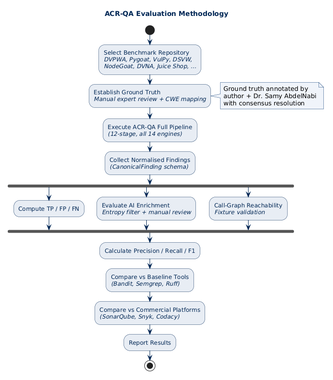
Before: ACR-QA-Book/figures/eval_methodology.png, a diagram exported from PlantUML (starredjaco/ACR-QA). The source it was exported from:
```plantuml
@startuml
skinparam backgroundColor white
skinparam defaultFontName "Arial"
skinparam ArrowColor #002654
skinparam ActivityBorderColor #002654
skinparam ActivityBackgroundColor #E8EDF4
skinparam ActivityFontColor #002654
skinparam ActivityFontSize 12
skinparam ActivityDiamondBackgroundColor #C9A84C
skinparam ActivityDiamondBorderColor #002654
skinparam ActivityDiamondFontColor #002654
skinparam NoteBorderColor #00336E
skinparam NoteBackgroundColor #F0F4FA

title <color:#002654><b>ACR-QA Evaluation Methodology</b></color>

start
:Select Benchmark Repository\n//DVPWA, Pygoat, VulPy, DSVW,//\n//NodeGoat, DVNA, Juice Shop, ...//;

:Establish Ground Truth\n//Manual expert review + CWE mapping//;

note right
  Ground truth annotated by
  author + Dr. Samy AbdelNabi
  with consensus resolution
end note

:Execute ACR-QA Full Pipeline\n//(12-stage, all 14 engines)//;

:Collect Normalised Findings\n//(CanonicalFinding schema)//;

fork
  :Compute TP / FP / FN;
fork again
  :Evaluate AI Enrichment\n//Entropy filter + manual review//;
fork again
  :Call-Graph Reachability\n//Fixture validation//;
end fork

:Calculate Precision / Recall / F1;

:Compare vs Baseline Tools\n//(Bandit, Semgrep, Ruff)//;

:Compare vs Commercial Platforms\n//(SonarQube, Snyk, Codacy)//;

:Report Results;
stop
@enduml
```
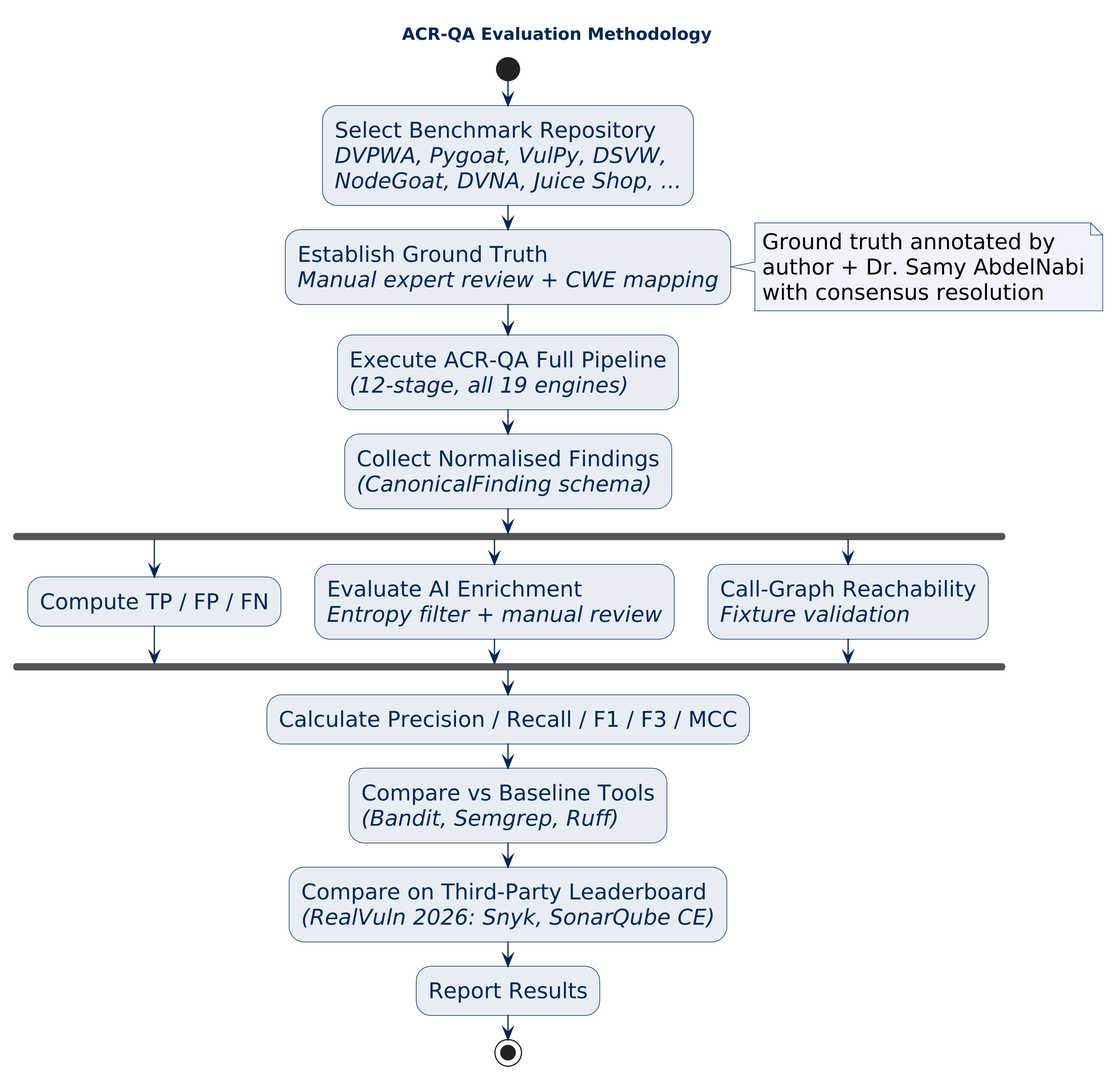
After the change.

What changed in the source:
```diff
@@ -1,16 +1,19 @@
-@startuml
+@startuml eval_methodology
+scale 2.5
 skinparam backgroundColor white
 skinparam defaultFontName "Arial"
+skinparam defaultFontSize 18
 skinparam ArrowColor #002654
 skinparam ActivityBorderColor #002654
 skinparam ActivityBackgroundColor #E8EDF4
 skinparam ActivityFontColor #002654
-skinparam ActivityFontSize 12
+skinparam ActivityFontSize 18
 skinparam ActivityDiamondBackgroundColor #C9A84C
 skinparam ActivityDiamondBorderColor #002654
 skinparam ActivityDiamondFontColor #002654
 skinparam NoteBorderColor #00336E
 skinparam NoteBackgroundColor #F0F4FA
+skinparam NoteFontSize 18
 
 title <color:#002654><b>ACR-QA Evaluation Methodology</b></color>
 
@@ -25,7 +28,7 @@
   with consensus resolution
 end note
 
-:Execute ACR-QA Full Pipeline\n//(12-stage, all 14 engines)//;
+:Execute ACR-QA Full Pipeline\n//(12-stage, all 19 engines)//;
 
 :Collect Normalised Findings\n//(CanonicalFinding schema)//;
 
@@ -37,11 +40,11 @@
   :Call-Graph Reachability\n//Fixture validation//;
 end fork
 
-:Calculate Precision / Recall / F1;
+:Calculate Precision / Recall / F1 / F3 / MCC;
 
 :Compare vs Baseline Tools\n//(Bandit, Semgrep, Ruff)//;
 
-:Compare vs Commercial Platforms\n//(SonarQube, Snyk, Codacy)//;
+:Compare on Third-Party Leaderboard\n//(RealVuln 2026: Snyk, SonarQube CE)//;
 
 :Report Results;
 stop
```
